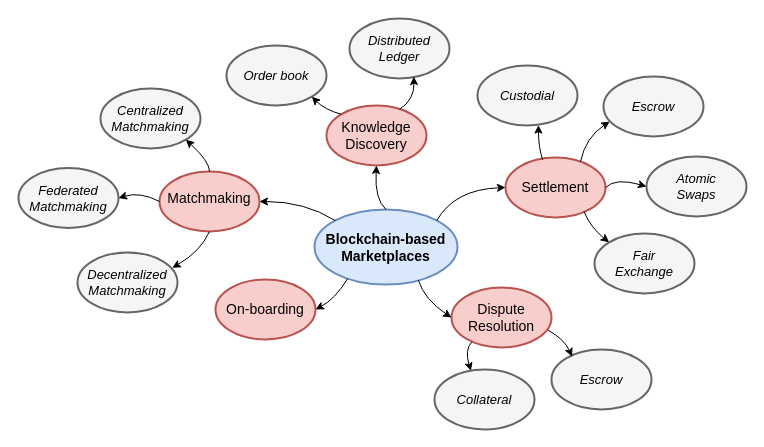
Above: introduction/assets/decomposition.drawio in devos50/phd-thesis (draw.io), before the change. Source tidied: cells renumbered, new cells numbered last; positions are measured from the earlier drawing's top-left corner, leaving out a move shared by most shapes. Both pictures are drawn from the tidied source at 100%, with x=0, y=0 at pixel (18, 18).
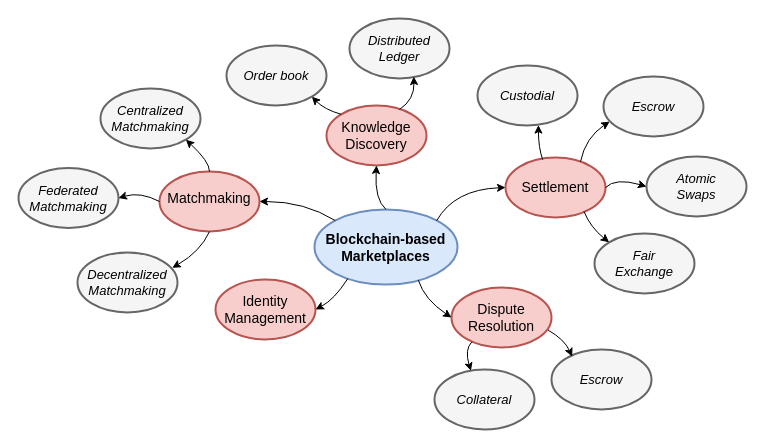
The same page after the edit.

Commit message (it also covers changes not shown here):
Written about identity management

What changed in the source:
```diff
@@
-    <mxCell id="4" value="On-boarding" style="ellipse;whiteSpace=wrap;html=1;strokeWidth=2;fontStyle=0;fillColor=#f8cecc;strokeColor=#b85450;fontSize=14;" parent="1" vertex="1">
+    <mxCell id="4" value="Identity&lt;br&gt;Management" style="ellipse;whiteSpace=wrap;html=1;strokeWidth=2;fontStyle=0;fillColor=#f8cecc;strokeColor=#b85450;fontSize=14;" parent="1" vertex="1">
       <mxGeometry x="197" y="261" width="100" height="60" as="geometry" />
     </mxCell>
```
